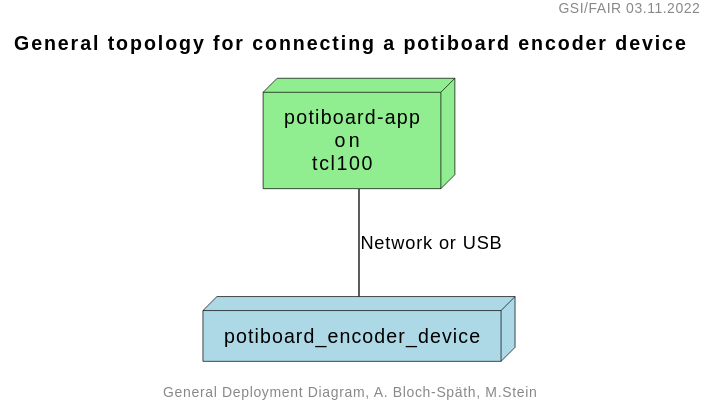
steinmartin/encoder-positions-docs keeps this PlantUML diagram as plantuml/general-topology.svg. Above is the earlier version.
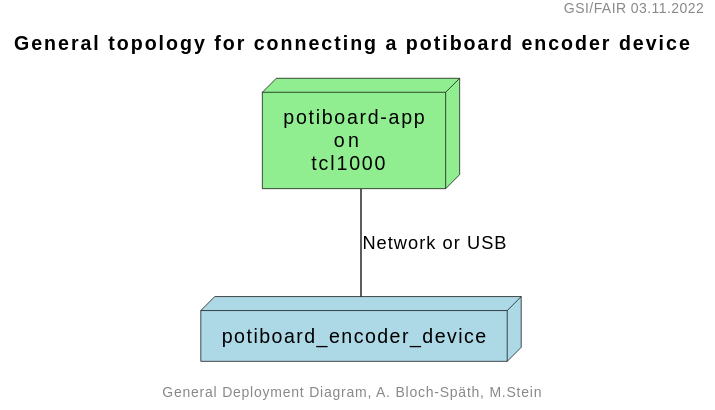
After the commit.

Commit message:
Small text corrections.

Diff of the diagram source:
```diff
@@ -5,8 +5,8 @@
 title General topology for connecting a potiboard encoder device
 
 
-node tcl100 as "potiboard-app\n         on\n     tcl100" #lightgreen;line:black;text:black
+node tcl1000 as "potiboard-app\n         on\n     tcl1000" #lightgreen;line:black;text:black
 node potiboard_encoder_device #lightblue;line:black;text:black
-tcl100 -- potiboard_encoder_device : Network or USB
+tcl1000 -- potiboard_encoder_device : Network or USB
 
 @enduml
```
